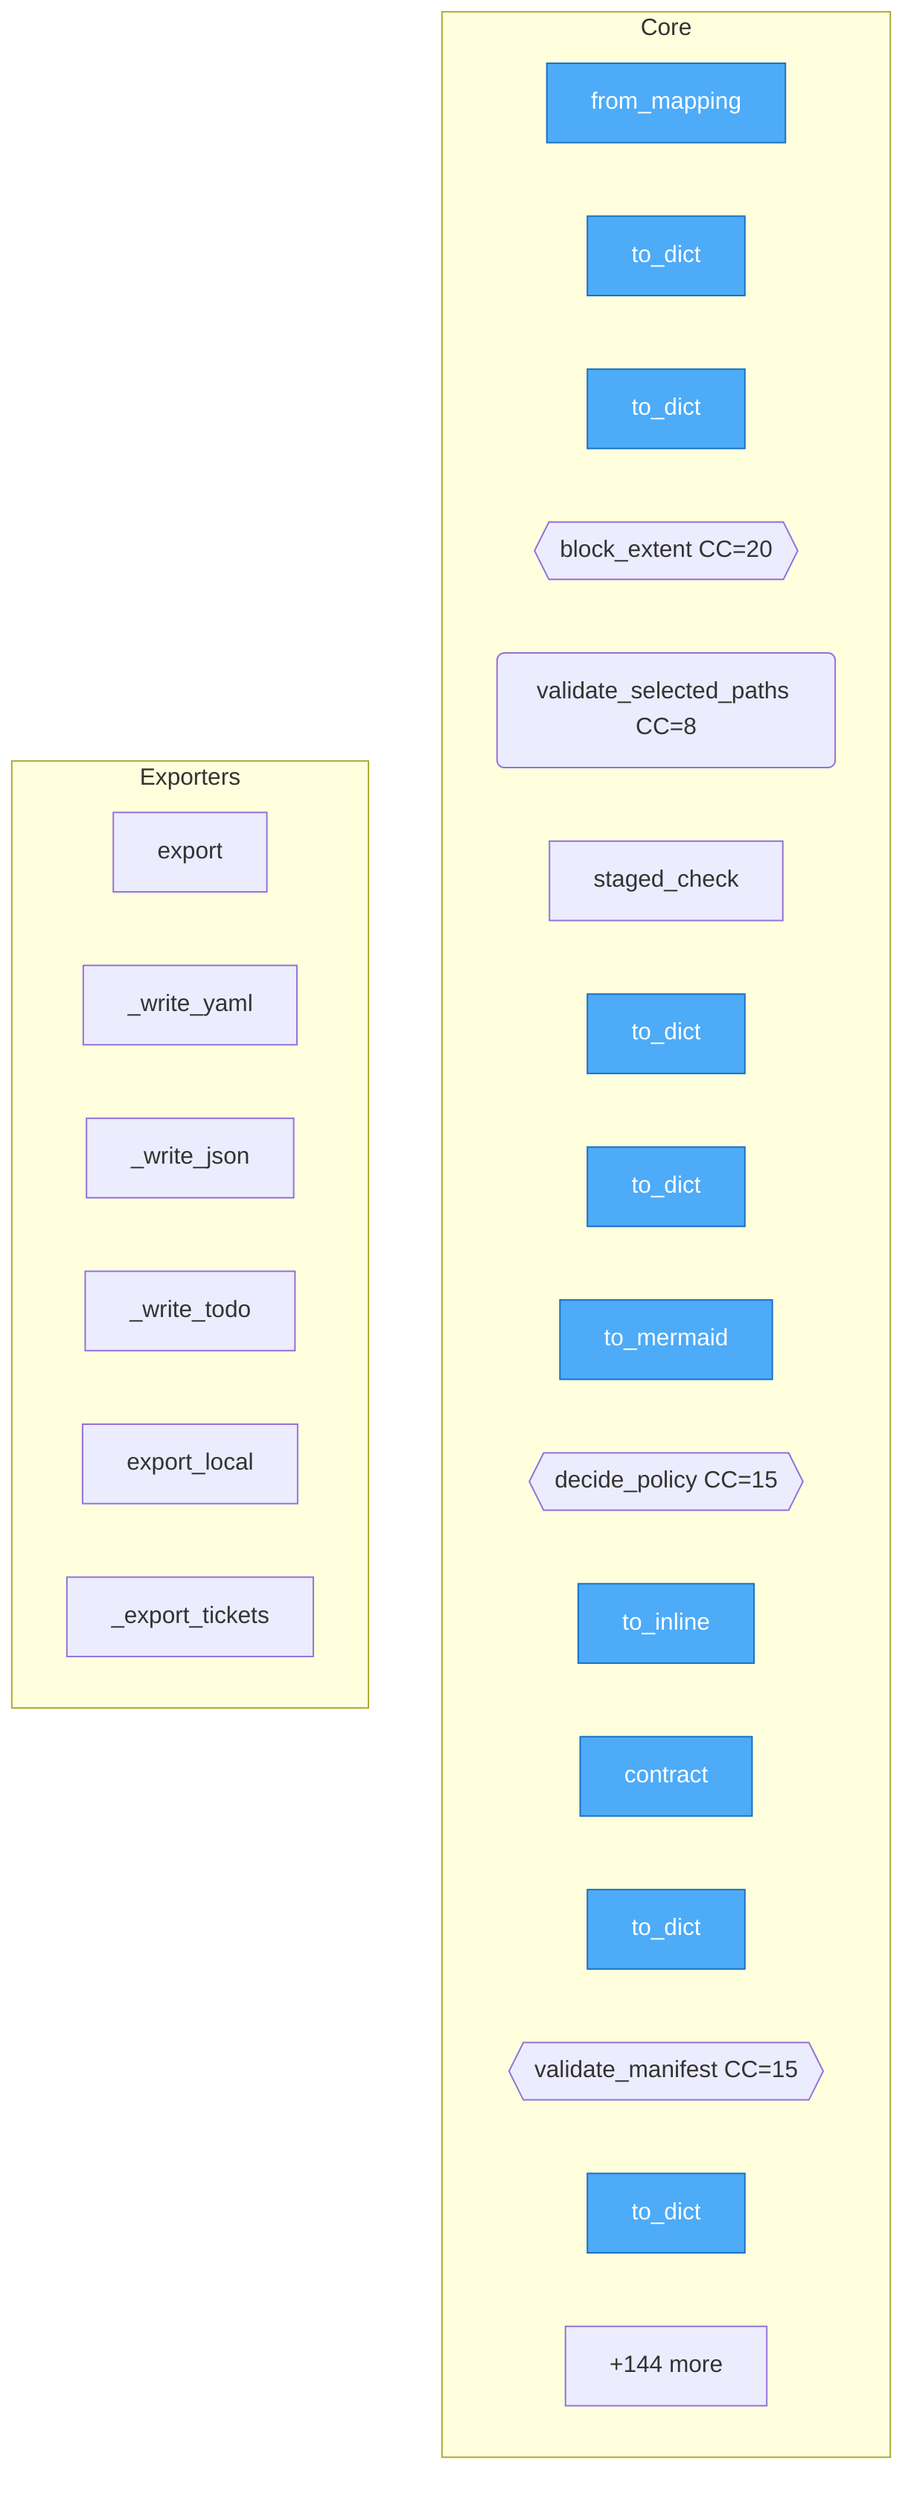
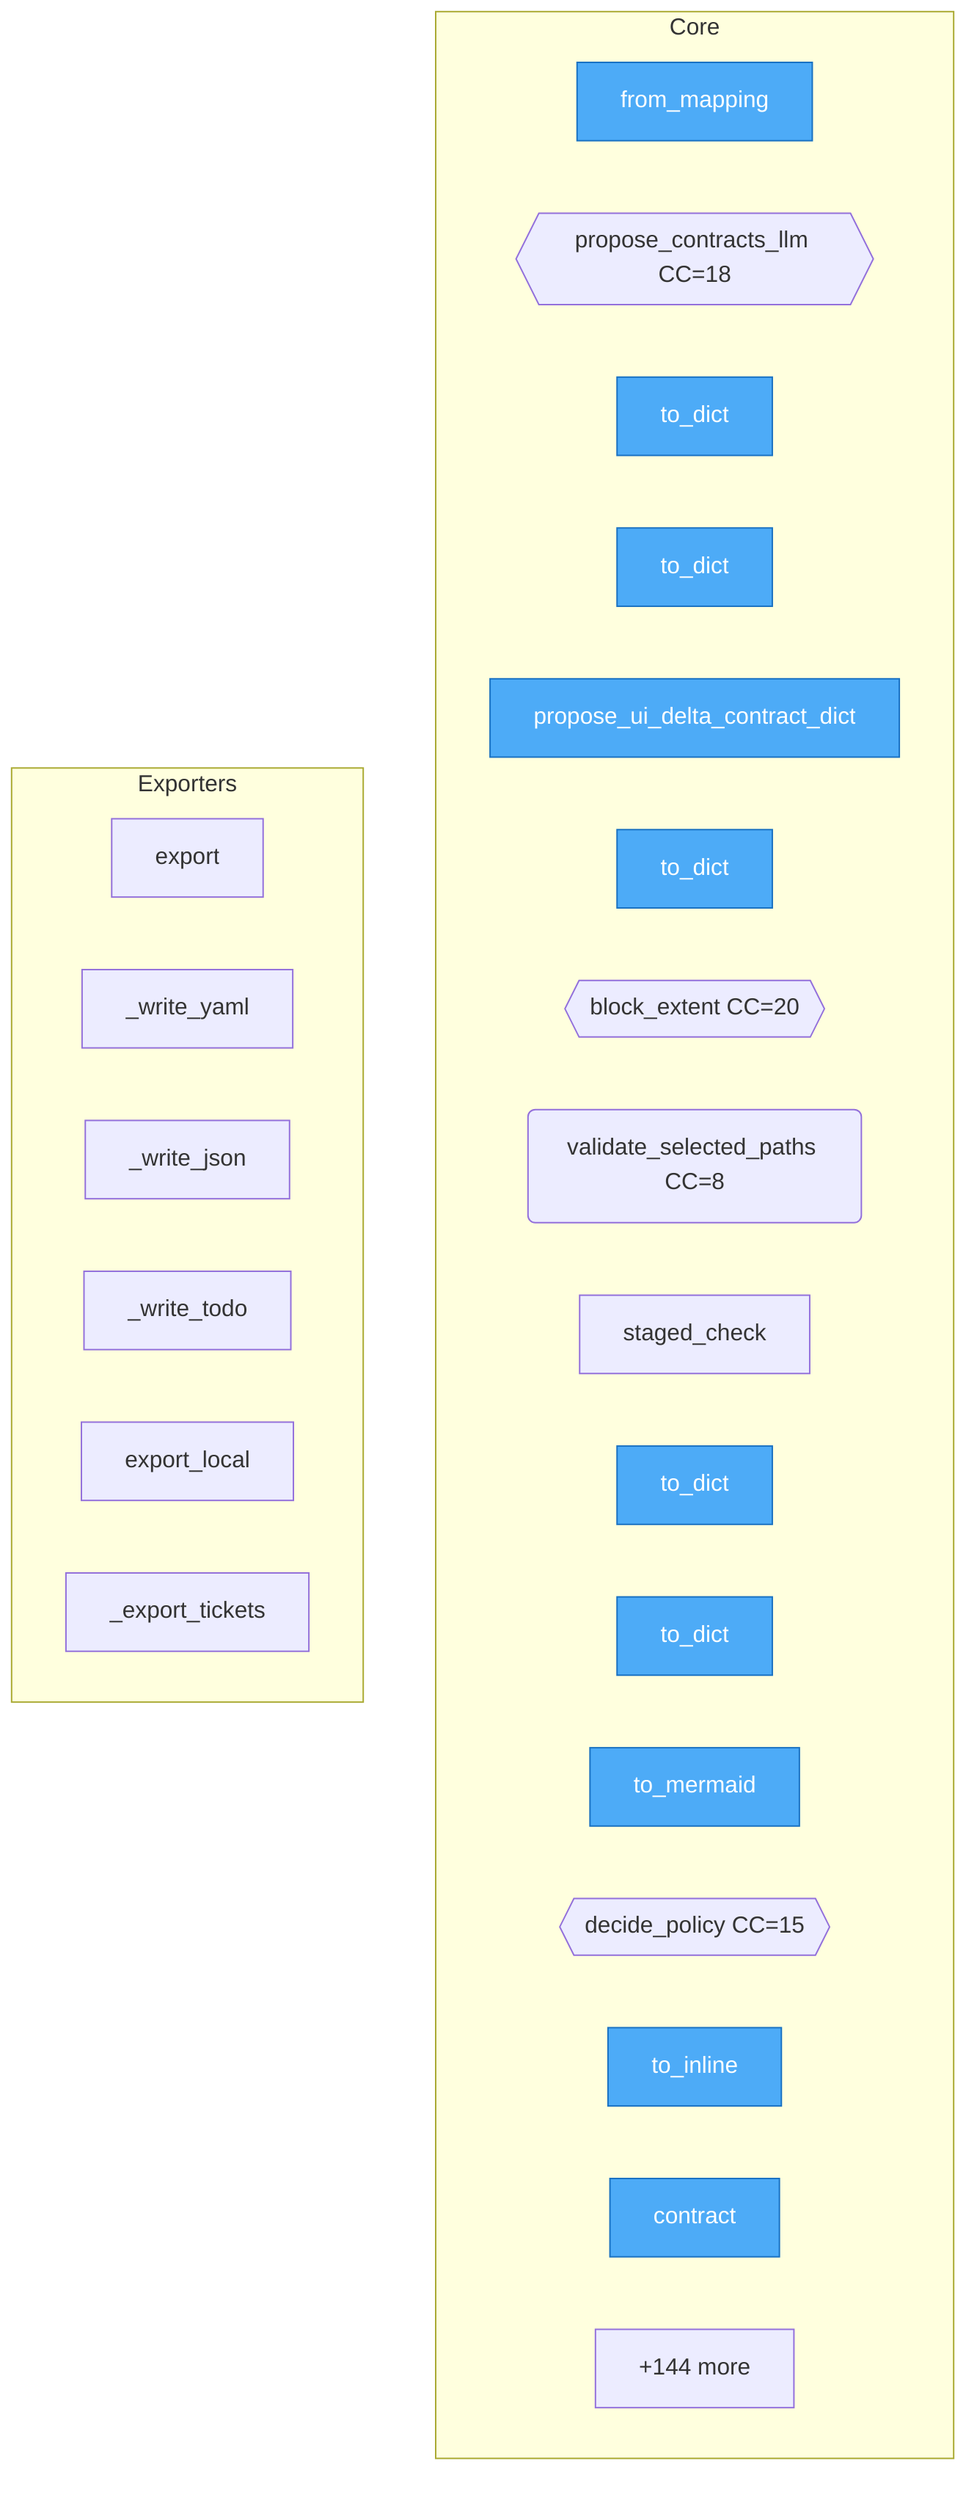
flowchart TD
- %% generated in 0.02s
+ %% generated in 0.10s

    %% Entry points (blue)
    classDef entry fill:#4dabf7,stroke:#1971c2,color:#fff

    subgraph Core
        src__intract__config__IntractConfig__from_mapping["from_mapping"]
+         src__intract__propose_llm__propose_contracts_llm{{propose_contracts_llm CC=18}}
        src__intract__scan_artifacts__ArtifactScanReport__to_dict["to_dict"]
+         src__intract__proposals__ProposedContract__to_dict["to_dict"]
+         src__intract__proposals__propose_ui_delta_contract_dicts["propose_ui_delta_contract_dict"]
        src__intract__check__ChangedHunk__to_dict["to_dict"]
        src__intract__check__block_extent{{block_extent CC=20}}
        src__intract__check__validate_selected_paths("validate_selected_paths CC=8")
        src__intract__check__staged_check["staged_check"]
        src__intract__coverage__CoverageReport__to_dict["to_dict"]
        src__intract__graph__ContractGraph__to_dict["to_dict"]
        src__intract__graph__ContractGraph__to_mermaid["to_mermaid"]
        src__intract__policy__decide_policy{{decide_policy CC=15}}
        src__intract__sdk__ContractBuilder__to_inline["to_inline"]
        src__intract__sdk__contract["contract"]
-         src__intract__manifest_schema__ManifestValidationReport__to_dict["to_dict"]
-         src__intract__manifest_schema__validate_manifest{{validate_manifest CC=15}}
-         src__intract__duplicates__grouping__DuplicateContract__to_dict["to_dict"]
        ...["+144 more"]
    end

    subgraph Exporters
        src__intract__integrations__planfile__PlanfileExporter__export["export"]
        src__intract__integrations__planfile__PlanfileExporter___write_yaml["_write_yaml"]
        src__intract__integrations__planfile__PlanfileExporter___write_json["_write_json"]
        src__intract__integrations__planfile__PlanfileExporter___write_todo["_write_todo"]
        src__intract__integrations__planfile_adapter__PlanfileApiAdapter__export_local["export_local"]
        src__intract__cli___export_tickets["_export_tickets"]
    end

-     class src__intract__config__IntractConfig__from_mapping,src__intract__scan_artifacts__ArtifactScanReport__to_dict,src__intract__check__ChangedHunk__to_dict,src__intract__coverage__CoverageReport__to_dict,src__intract__graph__ContractGraph__to_dict,src__intract__graph__ContractGraph__to_mermaid,src__intract__sdk__ContractBuilder__to_inline,src__intract__sdk__contract,src__intract__manifest_schema__ManifestValidationReport__to_dict,src__intract__duplicates__grouping__DuplicateContract__to_dict entry
+     class src__intract__config__IntractConfig__from_mapping,src__intract__scan_artifacts__ArtifactScanReport__to_dict,src__intract__proposals__ProposedContract__to_dict,src__intract__proposals__propose_ui_delta_contract_dicts,src__intract__check__ChangedHunk__to_dict,src__intract__coverage__CoverageReport__to_dict,src__intract__graph__ContractGraph__to_dict,src__intract__graph__ContractGraph__to_mermaid,src__intract__sdk__ContractBuilder__to_inline,src__intract__sdk__contract entry
